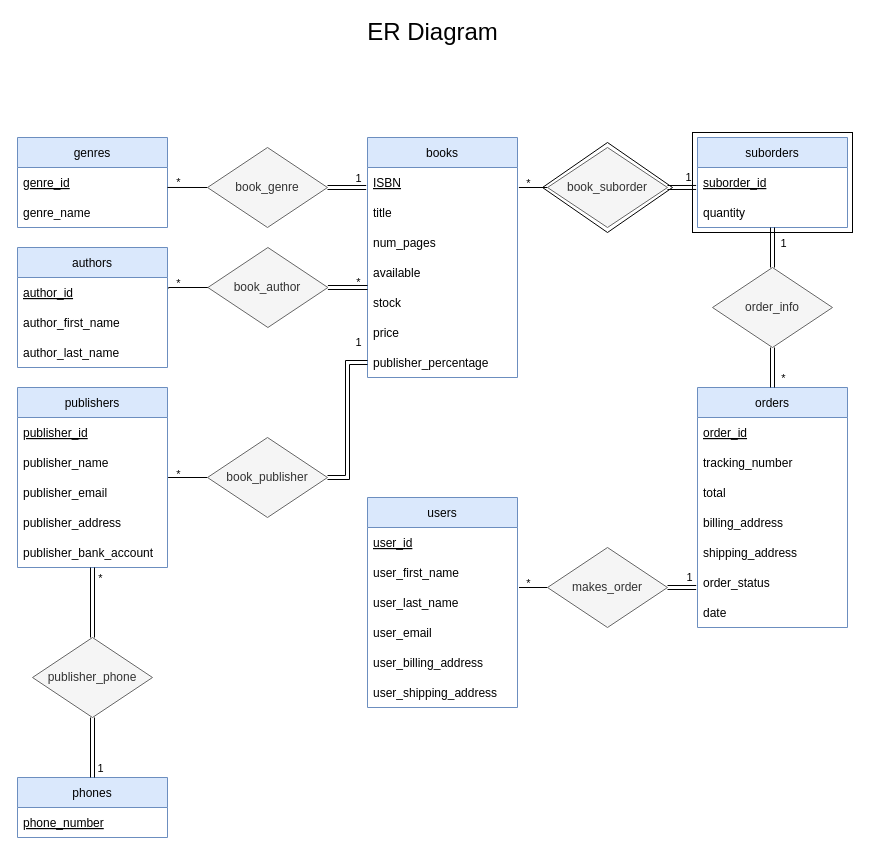
This is Report/Schemas/ER Diagram.drawio from michaeldquach/COMP-3005-Final-Project, a draw.io file, before an edit. Source tidied: cells renumbered, new cells numbered last; positions are measured from the earlier drawing's top-left corner, leaving out a move shared by most shapes. Both pictures are drawn from the tidied source at 100%, with x=0, y=0 at pixel (17, 17).
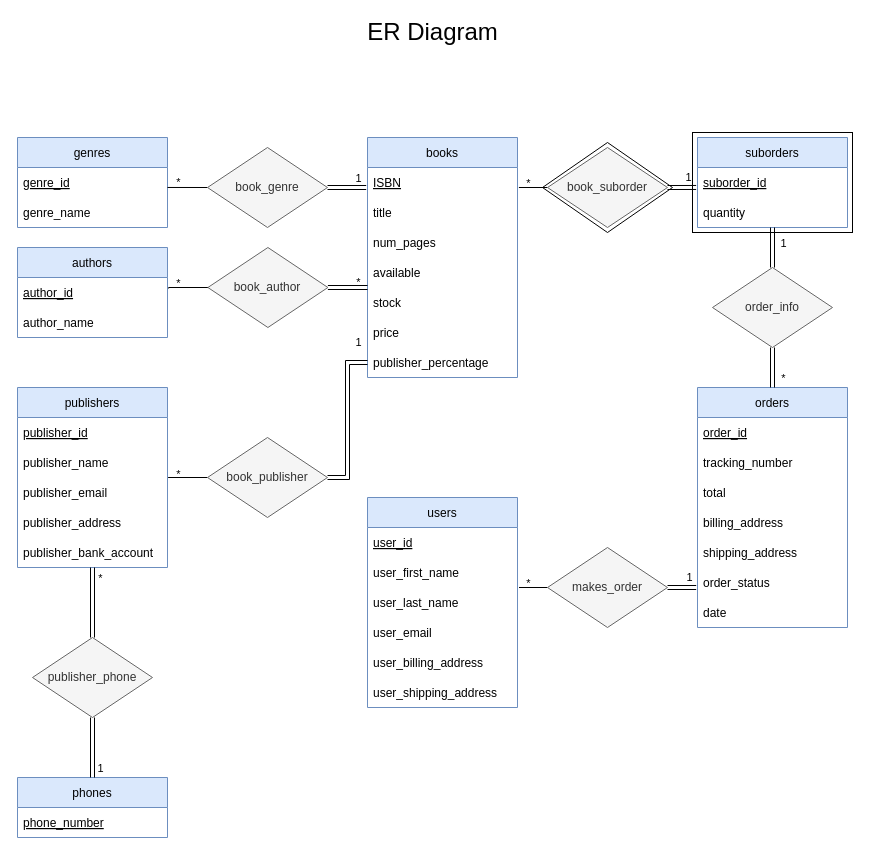
The same page after the edit.

Diff of the diagram source:
```diff
@@
     <mxCell id="14" value="authors" style="swimlane;fontStyle=0;horizontal=1;startSize=30;fillColor=#dae8fc;strokeColor=#6c8ebf;" parent="1" vertex="1">
-      <mxGeometry y="230" width="150" height="120" as="geometry" />
+      <mxGeometry y="230" width="150" height="90" as="geometry" />
     </mxCell>
@@
-    <mxCell id="16" value="author_first_name" style="text;strokeColor=none;fillColor=none;align=left;verticalAlign=middle;spacingLeft=4;spacingRight=4;overflow=hidden;" parent="14" vertex="1">
+    <mxCell id="16" value="author_name" style="text;strokeColor=none;fillColor=none;align=left;verticalAlign=middle;spacingLeft=4;spacingRight=4;overflow=hidden;" parent="14" vertex="1">
       <mxGeometry y="60" width="150" height="30" as="geometry" />
     </mxCell>
-    <mxCell id="17" value="author_last_name" style="text;strokeColor=none;fillColor=none;align=left;verticalAlign=middle;spacingLeft=4;spacingRight=4;overflow=hidden;" parent="14" vertex="1">
-      <mxGeometry y="90" width="150" height="30" as="geometry" />
-    </mxCell>
```
